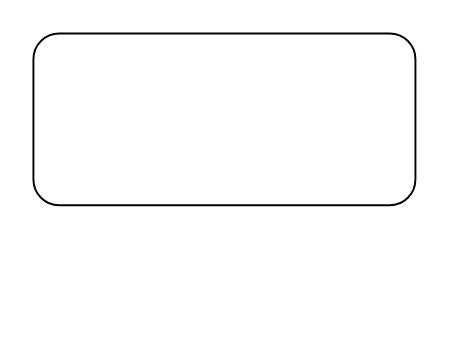
Earlier version of the draw.io diagram block-diagram.drawio (abhinavnandwani/ZyboSLAMBot). Source tidied: cells renumbered, new cells numbered last; positions are measured from the earlier drawing's top-left corner, leaving out a move shared by most shapes. Both pictures are drawn from the tidied source at 191%, with x=0, y=0 at pixel (32, 32).
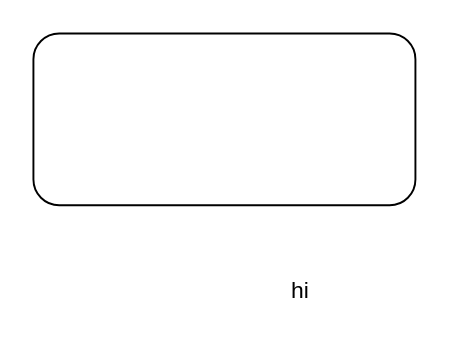
Above is the later version.

Change to the diagram source:
```diff
@@
 <mxGraphModel>
   <root>
     <mxCell id="0" />
     <mxCell id="1" parent="0" />
     <mxCell id="2" style="rounded=1;whiteSpace=wrap;html=1;" parent="1" vertex="1">
       <mxGeometry width="200" height="90" as="geometry" />
     </mxCell>
+    <mxCell id="3" value="hi" style="text;html=1;align=center;verticalAlign=middle;whiteSpace=wrap;rounded=0;" parent="1" vertex="1">
+      <mxGeometry x="110" y="120" width="60" height="30" as="geometry" />
+    </mxCell>
   </root>
 </mxGraphModel>
```
